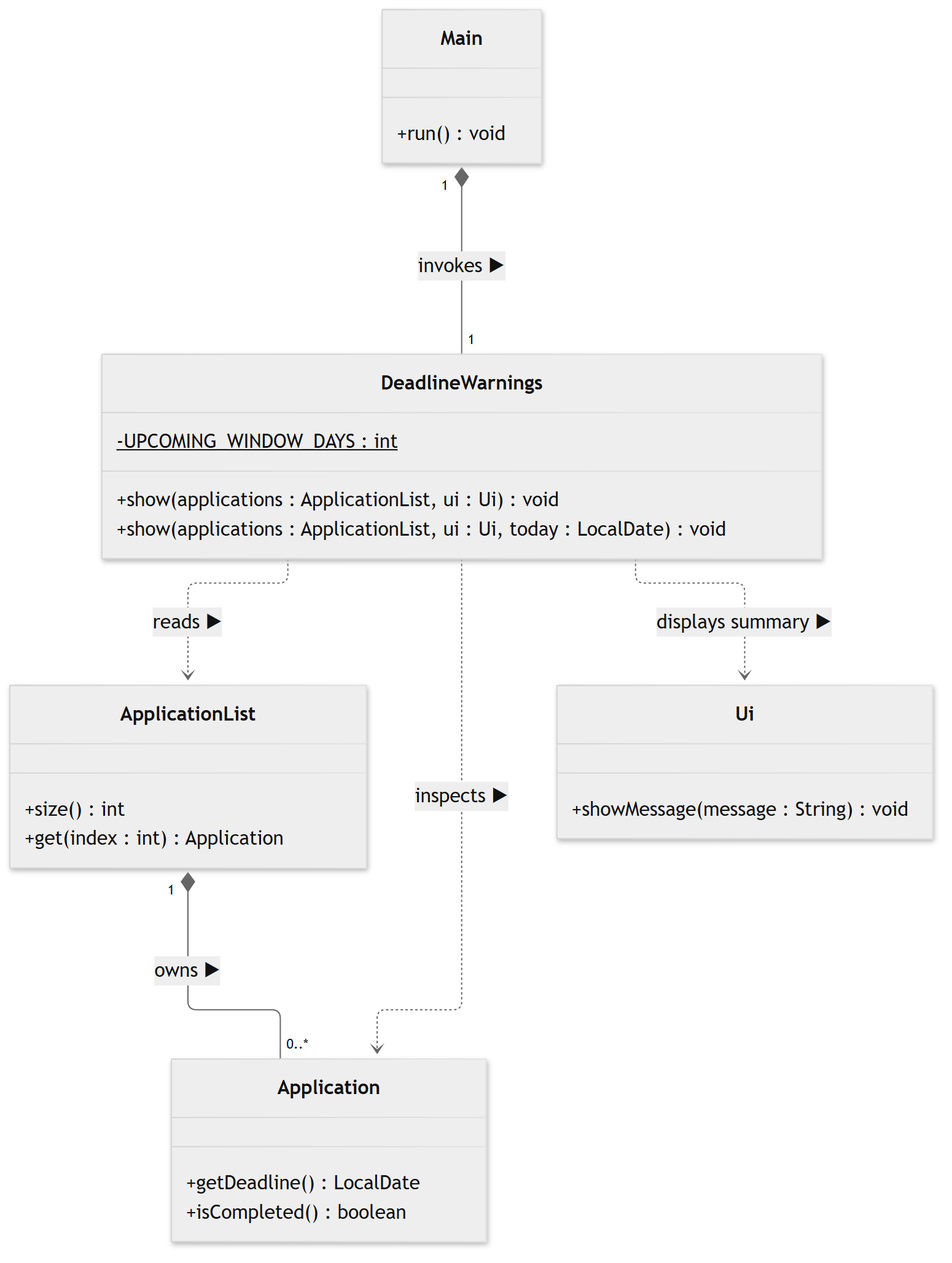
AY2627S1-CS2113-T10-2/tp keeps this Mermaid diagram as docs/diagrams/deadline-warnings-class.png. Above is the earlier version. Its source is kept beside it as docs/diagrams/sources/deadline-warnings-class.mmd.
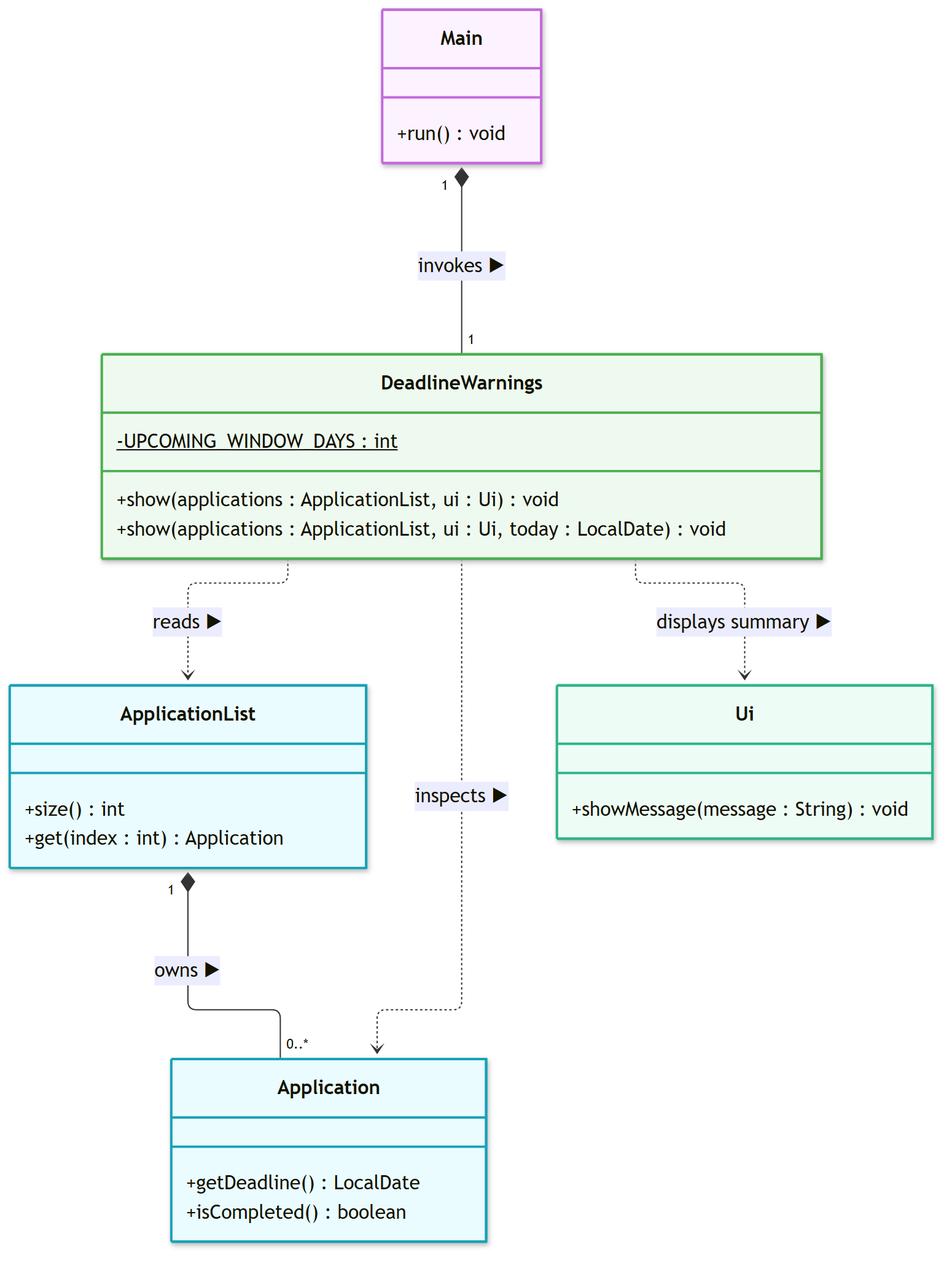
The same file after the commit.

Diff of the diagram source:
```diff
@@ -1,23 +1,23 @@
-%%{init: {'theme': 'neutral'}}%%
+%%{init: {'theme': 'default'}}%%
 classDiagram
     direction TB
-    class Main {
+    class Main:::ctrl {
         +run() void
     }
-    class DeadlineWarnings {
+    class DeadlineWarnings:::util {
         -UPCOMING_WINDOW_DAYS : int$
         +show(applications : ApplicationList, ui : Ui) void
         +show(applications : ApplicationList, ui : Ui, today : LocalDate) void
     }
-    class ApplicationList {
+    class ApplicationList:::model {
         +size() int
         +get(index : int) Application
     }
-    class Application {
+    class Application:::model {
         +getDeadline() LocalDate
         +isCompleted() boolean
     }
-    class Ui {
+    class Ui:::io {
         +showMessage(message : String) void
     }
     Main "1" *-- "1" DeadlineWarnings : invokes ▶
@@ -25,3 +25,11 @@
     ApplicationList "1" *-- "0..*" Application : owns ▶
     DeadlineWarnings ..> Application : inspects ▶
     DeadlineWarnings ..> Ui : displays summary ▶
+    classDef ctrl fill:#fdf2ff,stroke:#c26bdb,stroke-width:2px
+    classDef io fill:#eefcf6,stroke:#2bb58a,stroke-width:2px
+    classDef store fill:#fff5ec,stroke:#f08c3a,stroke-width:2px
+    classDef model fill:#eafcff,stroke:#17a2b8,stroke-width:2px
+    classDef enum fill:#f1ecff,stroke:#8e6bd8,stroke-width:2px
+    classDef cmd fill:#fff1f1,stroke:#ef5b5b,stroke-width:2px
+    classDef undoable fill:#fffbe6,stroke:#e6b800,stroke-width:2px
+    classDef util fill:#eefaf0,stroke:#4caf50,stroke-width:2px
```
